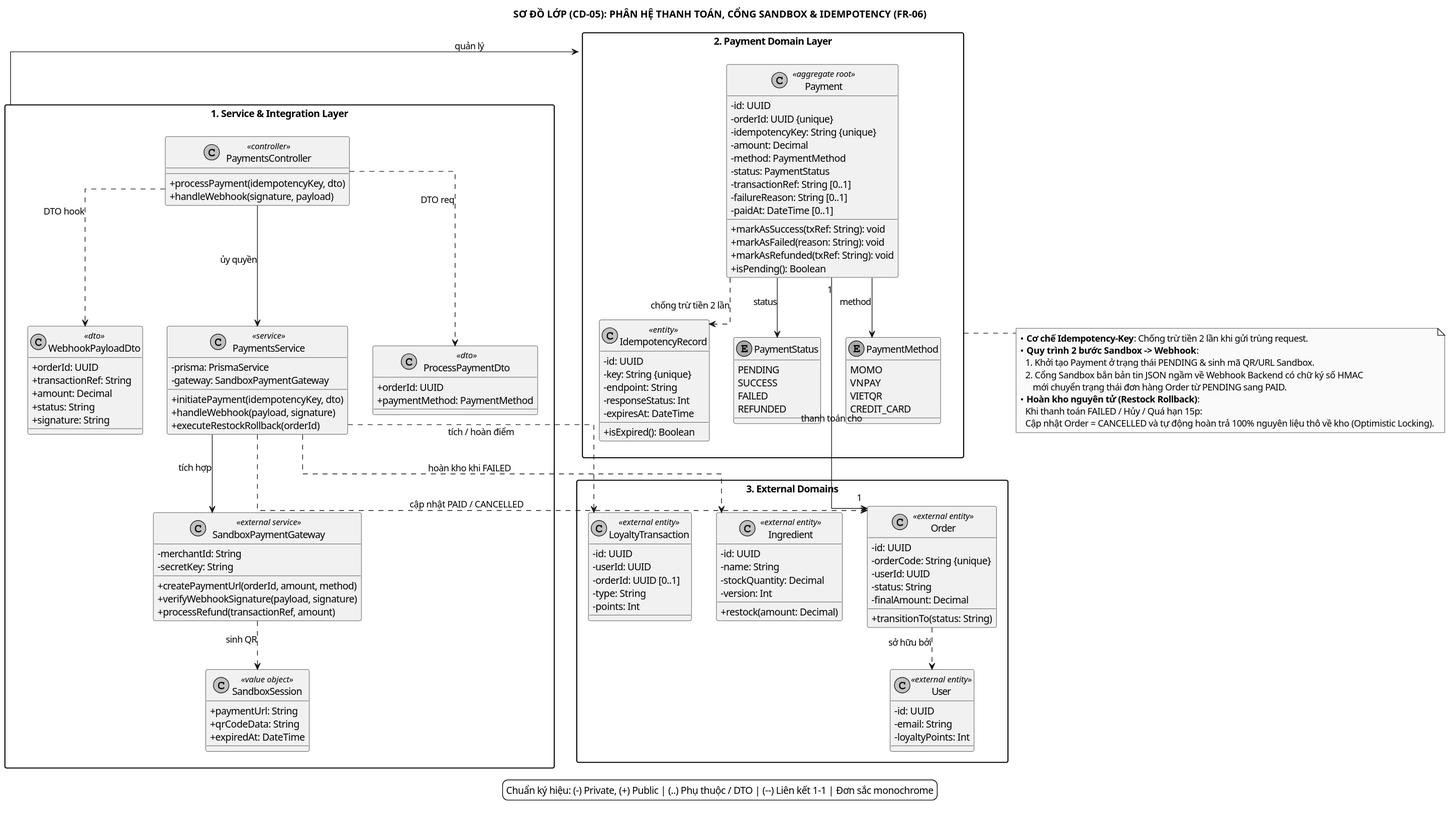
SamuiSang/brewlite2 keeps this PlantUML diagram as docs/diagrams/class-05-payment.svg. Above is the earlier version.
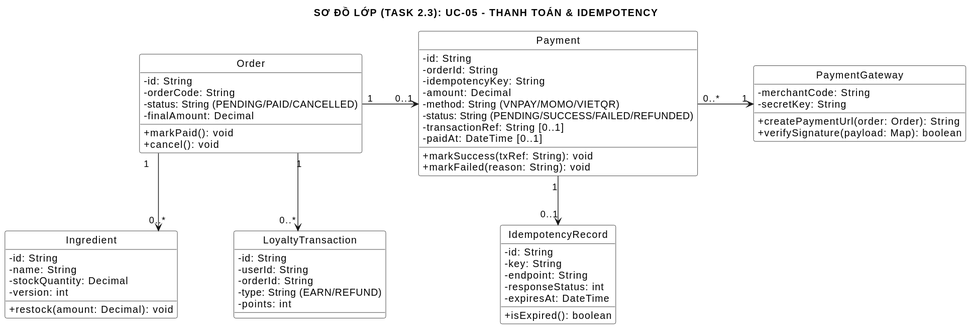
Later version of the same file.

The edit, as a diff of the source:
```diff
@@ -1,162 +1,70 @@
 @startuml
 skinparam monochrome true
 skinparam shadowing false
+skinparam defaultFontName SansSerif
 skinparam backgroundColor white
-skinparam defaultFontName "Segoe UI", "Arial", sans-serif
-
 skinparam classAttributeIconSize 0
 skinparam linetype ortho
-skinparam packageStyle rectangle
+skinparam nodesep 80
+skinparam ranksep 70
+skinparam classBackgroundColor white
+skinparam classBorderColor black
+skinparam classHeaderFontStyle bold
+hide circle
+title SƠ ĐỒ LỚP (TASK 2.3): UC-05 - THANH TOÁN & IDEMPOTENCY
 
-title SƠ ĐỒ LỚP (CD-05): PHÂN HỆ THANH TOÁN, CỔNG SANDBOX & IDEMPOTENCY (FR-06)
-
-package "1. Service & Integration Layer" as ServiceLayer {
-  class PaymentsController <<controller>> {
-    + processPayment(idempotencyKey, dto)
-    + handleWebhook(signature, payload)
-  }
-
-  class PaymentsService <<service>> {
-    - prisma: PrismaService
-    - gateway: SandboxPaymentGateway
-    + initiatePayment(idempotencyKey, dto)
-    + handleWebhook(payload, signature)
-    + executeRestockRollback(orderId)
-  }
-
-  class SandboxPaymentGateway <<external service>> {
-    - merchantId: String
-    - secretKey: String
-    + createPaymentUrl(orderId, amount, method)
-    + verifyWebhookSignature(payload, signature)
-    + processRefund(transactionRef, amount)
-  }
-
-  class ProcessPaymentDto <<dto>> {
-    + orderId: UUID
-    + paymentMethod: PaymentMethod
-  }
-
-  class WebhookPayloadDto <<dto>> {
-    + orderId: UUID
-    + transactionRef: String
-    + amount: Decimal
-    + status: String
-    + signature: String
-  }
-
-  class SandboxSession <<value object>> {
-    + paymentUrl: String
-    + qrCodeData: String
-    + expiredAt: DateTime
-  }
-
-  PaymentsController -down-> PaymentsService : ủy quyền
-  PaymentsService -down-> SandboxPaymentGateway : tích hợp
-  PaymentsController ..> ProcessPaymentDto : DTO req
-  PaymentsController ..> WebhookPayloadDto : DTO hook
-  SandboxPaymentGateway ..> SandboxSession : sinh QR
+class Order {
+  - id: String
+  - orderCode: String
+  {field} - status: String (PENDING/PAID/CANCELLED)
+  - finalAmount: Decimal
+  + markPaid(): void
+  + cancel(): void
+}
+class Payment {
+  - id: String
+  - orderId: String
+  - idempotencyKey: String
+  - amount: Decimal
+  {field} - method: String (VNPAY/MOMO/VIETQR)
+  {field} - status: String (PENDING/SUCCESS/FAILED/REFUNDED)
+  - transactionRef: String [0..1]
+  - paidAt: DateTime [0..1]
+  + markSuccess(txRef: String): void
+  + markFailed(reason: String): void
+}
+class IdempotencyRecord {
+  - id: String
+  - key: String
+  - endpoint: String
+  - responseStatus: int
+  - expiresAt: DateTime
+  + isExpired(): boolean
+}
+class PaymentGateway {
+  - merchantCode: String
+  - secretKey: String
+  + createPaymentUrl(order: Order): String
+  + verifySignature(payload: Map): boolean
+}
+class Ingredient {
+  - id: String
+  - name: String
+  - stockQuantity: Decimal
+  - version: int
+  + restock(amount: Decimal): void
+}
+class LoyaltyTransaction {
+  - id: String
+  - userId: String
+  - orderId: String
+  {field} - type: String (EARN/REFUND)
+  - points: int
 }
 
-package "2. Payment Domain Layer" as PaymentDomain {
-  class Payment <<aggregate root>> {
-    - id: UUID
-    - orderId: UUID {unique}
-    - idempotencyKey: String {unique}
-    - amount: Decimal
-    - method: PaymentMethod
-    - status: PaymentStatus
-    - transactionRef: String [0..1]
-    - failureReason: String [0..1]
-    - paidAt: DateTime [0..1]
-    + markAsSuccess(txRef: String): void
-    + markAsFailed(reason: String): void
-    + markAsRefunded(txRef: String): void
-    + isPending(): Boolean
-  }
-
-  enum PaymentStatus {
-    PENDING
-    SUCCESS
-    FAILED
-    REFUNDED
-  }
-
-  enum PaymentMethod {
-    MOMO
-    VNPAY
-    VIETQR
-    CREDIT_CARD
-  }
-
-  class IdempotencyRecord <<entity>> {
-    - id: UUID
-    - key: String {unique}
-    - endpoint: String
-    - responseStatus: Int
-    - expiresAt: DateTime
-    + isExpired(): Boolean
-  }
-
-  Payment --> PaymentStatus : status
-  Payment --> PaymentMethod : method
-  Payment ..> IdempotencyRecord : chống trừ tiền 2 lần
-}
-
-package "3. External Domains" as ExternalDomain {
-  class Order <<external entity>> {
-    - id: UUID
-    - orderCode: String {unique}
-    - userId: UUID
-    - status: String
-    - finalAmount: Decimal
-    + transitionTo(status: String)
-  }
-
-  class Ingredient <<external entity>> {
-    - id: UUID
-    - name: String
-    - stockQuantity: Decimal
-    - version: Int
-    + restock(amount: Decimal)
-  }
-
-  class LoyaltyTransaction <<external entity>> {
-    - id: UUID
-    - userId: UUID
-    - orderId: UUID [0..1]
-    - type: String
-    - points: Int
-  }
-
-  class User <<external entity>> {
-    - id: UUID
-    - email: String
-    - loyaltyPoints: Int
-  }
-
-  Order ..> User : sở hữu bởi
-}
-
-ServiceLayer -right-> PaymentDomain : quản lý
-Payment "1" -right-> "1" Order : thanh toán cho
-
-PaymentsService ..> Order : cập nhật PAID / CANCELLED
-PaymentsService ..> Ingredient : hoàn kho khi FAILED
-PaymentsService ..> LoyaltyTransaction : tích / hoàn điểm
-
-note bottom of PaymentDomain
-  • **Cơ chế Idempotency-Key**: Chống trừ tiền 2 lần khi gửi trùng request.
-  • **Quy trình 2 bước Sandbox -> Webhook**:
-    1. Khởi tạo Payment ở trạng thái PENDING & sinh mã QR/URL Sandbox.
-    2. Cổng Sandbox bắn bản tin JSON ngầm về Webhook Backend có chữ ký số HMAC
-       mới chuyển trạng thái đơn hàng Order từ PENDING sang PAID.
-  • **Hoàn kho nguyên tử (Restock Rollback)**:
-    Khi thanh toán FAILED / Hủy / Quá hạn 15p:
-    Cập nhật Order = CANCELLED và tự động hoàn trả 100% nguyên liệu thô về kho (Optimistic Locking).
-end note
-
-legend bottom
-  Chuẩn ký hiệu: (-) Private, (+) Public | (..) Phụ thuộc / DTO | (--) Liên kết 1-1 | Đơn sắc monochrome
-endlegend
+Order "1" -right-> "0..1" Payment
+Payment "1" -down-> "0..1" IdempotencyRecord
+Payment "0..*" -right-> "1" PaymentGateway
+Order "1" -down-> "0..*" Ingredient
+Order "1" -down-> "0..*" LoyaltyTransaction
 @enduml
```
